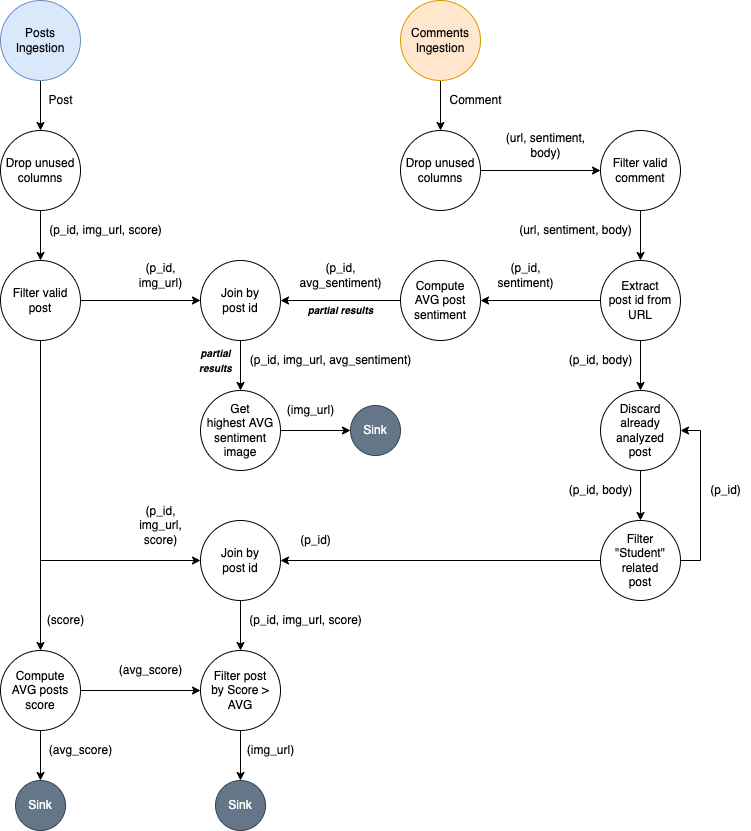
Earlier version of the draw.io export TP2/docs/diagrams/DAG.png (mauro7x/distribuidos). Source tidied: cells renumbered, new cells last; positions are measured from the earlier drawing's top-left corner, leaving out a move shared by most shapes.
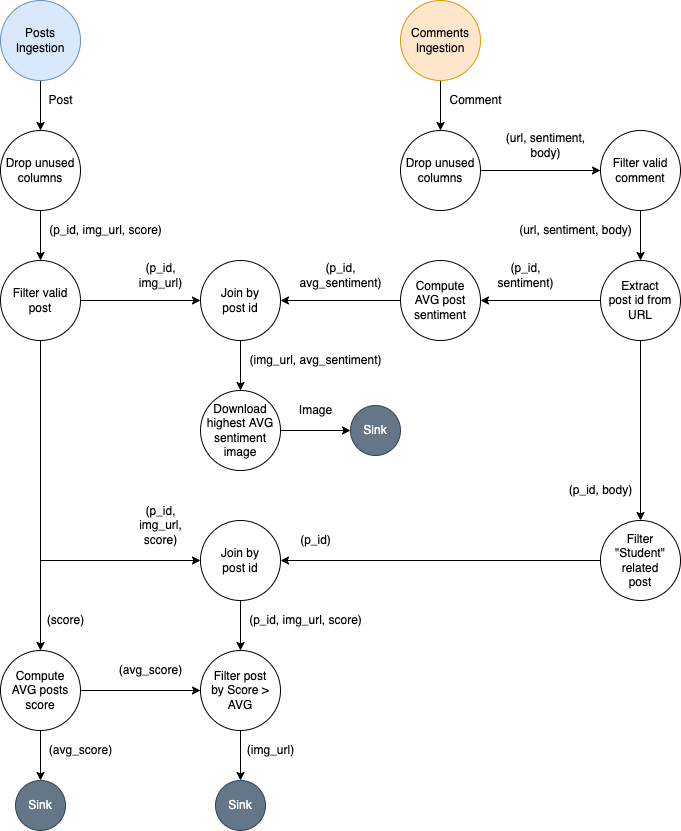
The same diagram one commit later.

The edit, as a diff of the source:
```diff
@@ -60,9 +60,9 @@
     <mxCell id="19" style="edgeStyle=orthogonalEdgeStyle;rounded=0;jettySize=auto;html=1;" parent="1" edge="1" source="21" target="24">
       <mxGeometry relative="1" as="geometry" />
     </mxCell>
-    <mxCell id="20" style="edgeStyle=orthogonalEdgeStyle;rounded=0;jettySize=auto;html=1;fontSize=10;" parent="1" edge="1" source="21" target="38">
-      <mxGeometry relative="1" as="geometry" />
-    </mxCell>
+    <mxCell id="62" style="edgeStyle=orthogonalEdgeStyle;rounded=0;jettySize=auto;html=1;" parent="1" edge="1" source="21" target="41">
+      <mxGeometry relative="1" as="geometry" />
+    </mxCell>
     <mxCell id="21" value="Extract&lt;br&gt;post id from URL" style="ellipse;whiteSpace=wrap;html=1;" parent="1" vertex="1">
       <mxGeometry x="600" y="260" width="80" height="80" as="geometry" />
     </mxCell>
@@ -93,56 +93,30 @@
     <mxCell id="30" style="edgeStyle=orthogonalEdgeStyle;rounded=0;jettySize=auto;html=1;fontSize=10;" parent="1" edge="1" source="31" target="35">
       <mxGeometry relative="1" as="geometry" />
     </mxCell>
-    <mxCell id="31" value="Get&lt;br&gt;highest AVG sentiment image" style="ellipse;whiteSpace=wrap;html=1;" parent="1" vertex="1">
+    <mxCell id="31" value="Download&lt;br&gt;highest AVG sentiment image" style="ellipse;whiteSpace=wrap;html=1;" parent="1" vertex="1">
       <mxGeometry x="200" y="390" width="80" height="80" as="geometry" />
     </mxCell>
-    <mxCell id="32" value="(p_id, img_url, avg_sentiment)" style="text;html=1;align=center;verticalAlign=middle;strokeColor=none;fillColor=none;" parent="1" vertex="1">
-      <mxGeometry x="240" y="350" width="180" height="20" as="geometry" />
+    <mxCell id="32" value="(img_url, avg_sentiment)" style="text;html=1;align=center;verticalAlign=middle;strokeColor=none;fillColor=none;" parent="1" vertex="1">
+      <mxGeometry x="240" y="350" width="150" height="20" as="geometry" />
     </mxCell>
-    <mxCell id="33" value="&lt;font style=&quot;font-size: 10px;&quot;&gt;partial results&lt;/font&gt;" style="text;html=1;align=center;verticalAlign=middle;strokeColor=none;fillColor=none;fontStyle=3;" parent="1" vertex="1">
-      <mxGeometry x="300" y="300" width="80" height="20" as="geometry" />
-    </mxCell>
-    <mxCell id="34" value="&lt;font style=&quot;font-size: 10px;&quot;&gt;partial&lt;br&gt;results&lt;/font&gt;" style="text;html=1;align=center;verticalAlign=middle;strokeColor=none;fillColor=none;fontStyle=3;" parent="1" vertex="1">
-      <mxGeometry x="190" y="340" width="50" height="40" as="geometry" />
-    </mxCell>
     <mxCell id="35" value="Sink" style="ellipse;whiteSpace=wrap;html=1;fillColor=#647687;fontColor=#ffffff;strokeColor=#314354;" parent="1" vertex="1">
       <mxGeometry x="350" y="405" width="50" height="50" as="geometry" />
     </mxCell>
-    <mxCell id="36" value="(img_url)" style="text;html=1;align=center;verticalAlign=middle;strokeColor=none;fillColor=none;" parent="1" vertex="1">
-      <mxGeometry x="280" y="400" width="60" height="20" as="geometry" />
+    <mxCell id="36" value="Image" style="text;html=1;align=center;verticalAlign=middle;strokeColor=none;fillColor=none;" parent="1" vertex="1">
+      <mxGeometry x="290" y="400" width="50" height="20" as="geometry" />
     </mxCell>
-    <mxCell id="37" style="edgeStyle=orthogonalEdgeStyle;rounded=0;jettySize=auto;html=1;fontSize=10;" parent="1" edge="1" source="38" target="41">
-      <mxGeometry relative="1" as="geometry" />
-    </mxCell>
-    <mxCell id="38" value="Discard&lt;br&gt;already analyzed&lt;br&gt;post" style="ellipse;whiteSpace=wrap;html=1;" parent="1" vertex="1">
-      <mxGeometry x="600" y="390" width="80" height="80" as="geometry" />
-    </mxCell>
-    <mxCell id="39" style="edgeStyle=orthogonalEdgeStyle;rounded=0;jettySize=auto;html=1;fontSize=10;" parent="1" edge="1" source="41" target="38">
-      <mxGeometry relative="1" as="geometry">
-        <Array as="points">
-          <mxPoint x="700" y="560" />
-          <mxPoint x="700" y="430" />
-        </Array>
-      </mxGeometry>
-    </mxCell>
     <mxCell id="40" style="edgeStyle=orthogonalEdgeStyle;rounded=0;jettySize=auto;html=1;fontSize=10;" parent="1" edge="1" source="41" target="49">
       <mxGeometry relative="1" as="geometry" />
     </mxCell>
     <mxCell id="41" value="Filter&lt;br&gt;&quot;Student&quot; related&lt;br&gt;post" style="ellipse;whiteSpace=wrap;html=1;" parent="1" vertex="1">
       <mxGeometry x="600" y="520" width="80" height="80" as="geometry" />
     </mxCell>
-    <mxCell id="42" style="edgeStyle=orthogonalEdgeStyle;rounded=0;jettySize=auto;html=1;fontSize=10;" parent="1" edge="1" source="43" target="53">
+    <mxCell id="42" style="edgeStyle=orthogonalEdgeStyle;rounded=0;jettySize=auto;html=1;" parent="1" edge="1" source="43" target="53">
       <mxGeometry relative="1" as="geometry" />
     </mxCell>
     <mxCell id="43" value="Filter post&lt;br&gt;by Score &amp;gt; AVG" style="ellipse;whiteSpace=wrap;html=1;" parent="1" vertex="1">
       <mxGeometry x="200" y="650" width="80" height="80" as="geometry" />
     </mxCell>
-    <mxCell id="44" value="(p_id, body)" style="text;html=1;align=center;verticalAlign=middle;strokeColor=none;fillColor=none;" parent="1" vertex="1">
-      <mxGeometry x="560" y="350" width="80" height="20" as="geometry" />
-    </mxCell>
-    <mxCell id="45" value="(p_id)" style="text;html=1;align=center;verticalAlign=middle;strokeColor=none;fillColor=none;" parent="1" vertex="1">
-      <mxGeometry x="700" y="480" width="50" height="20" as="geometry" />
-    </mxCell>
     <mxCell id="46" value="(p_id, body)" style="text;html=1;align=center;verticalAlign=middle;strokeColor=none;fillColor=none;" parent="1" vertex="1">
       <mxGeometry x="560" y="480" width="80" height="20" as="geometry" />
     </mxCell>
```
